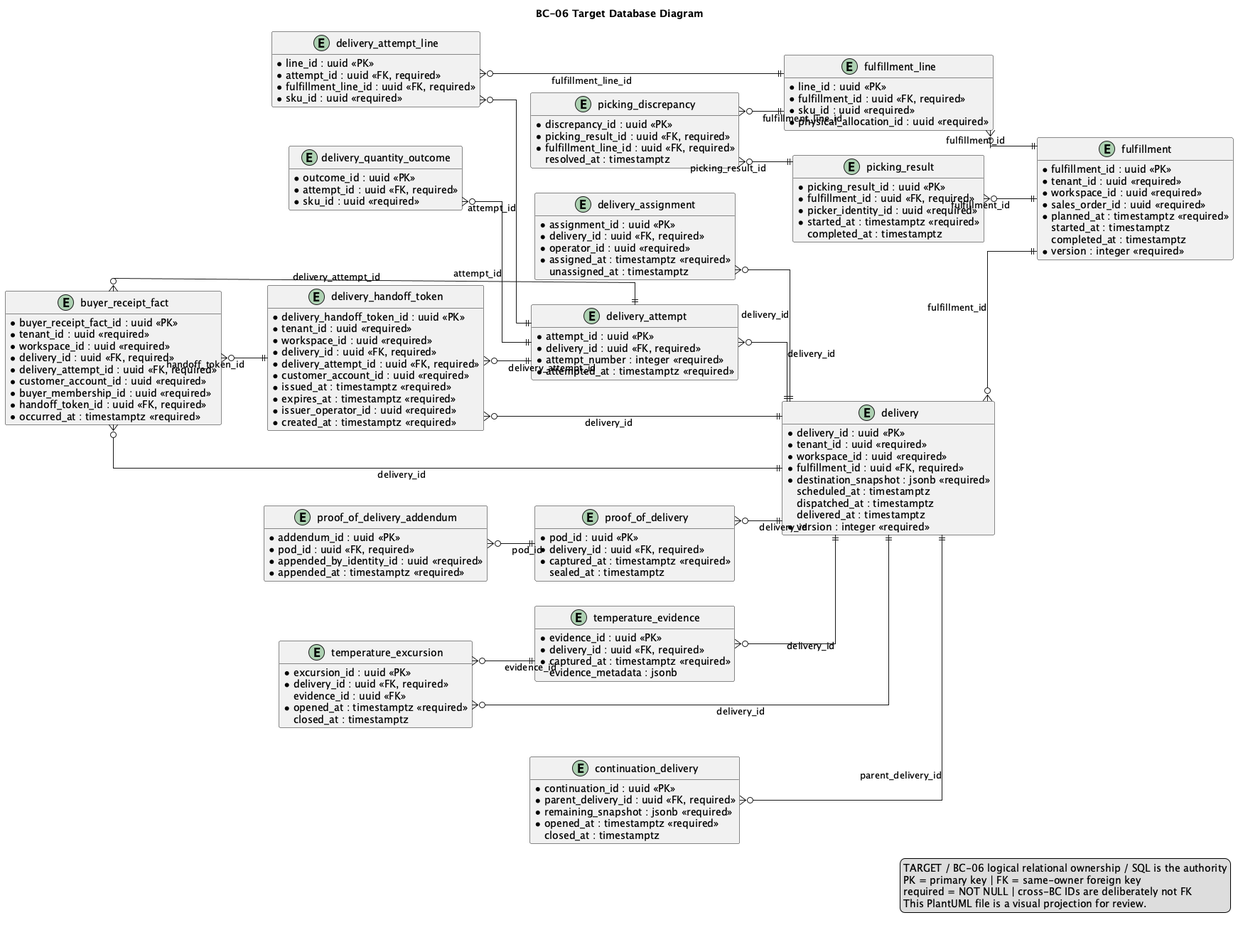
Above: 01-shared/domain/bounded-contexts/BC-06-fulfillment-delivery/data/database-diagram.png in nexa-suite/blueprint (PlantUML), before the change.
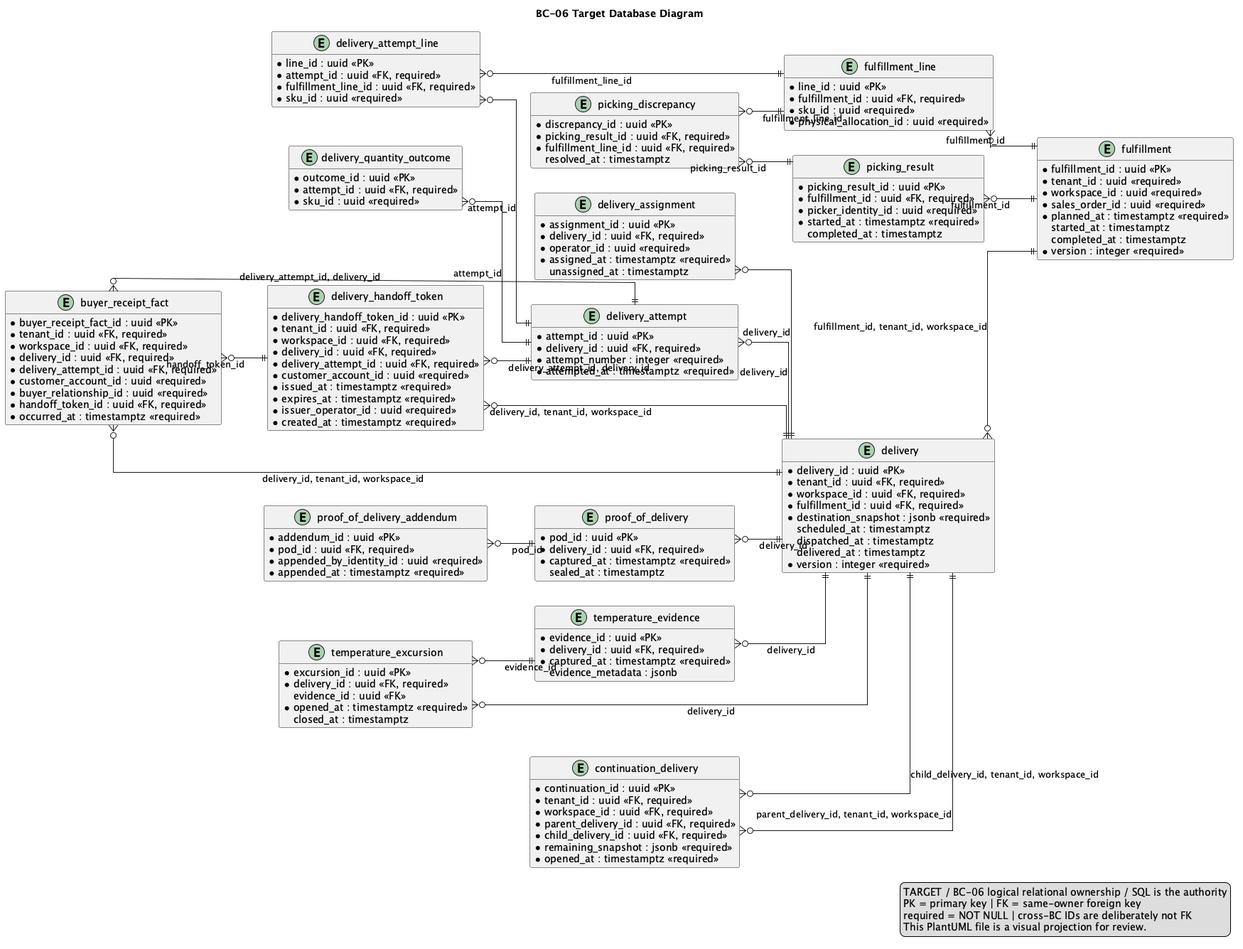
The same file after the commit.

Diff of the diagram source:
```diff
@@ -52,8 +52,8 @@
 
 entity "delivery" as t_delivery {
   * delivery_id : uuid <<PK>>
-  * tenant_id : uuid <<required>>
-  * workspace_id : uuid <<required>>
+  * tenant_id : uuid <<FK, required>>
+  * workspace_id : uuid <<FK, required>>
   * fulfillment_id : uuid <<FK, required>>
   * status : varchar(32) <<required>>
   * destination_snapshot : jsonb <<required>>
@@ -101,8 +101,8 @@
 
 entity "delivery_handoff_token" as t_delivery_handoff_token {
   * delivery_handoff_token_id : uuid <<PK>>
-  * tenant_id : uuid <<required>>
-  * workspace_id : uuid <<required>>
+  * tenant_id : uuid <<FK, required>>
+  * workspace_id : uuid <<FK, required>>
   * delivery_id : uuid <<FK, required>>
   * delivery_attempt_id : uuid <<FK, required>>
   * customer_account_id : uuid <<required>>
@@ -117,12 +117,12 @@
 
 entity "buyer_receipt_fact" as t_buyer_receipt_fact {
   * buyer_receipt_fact_id : uuid <<PK>>
-  * tenant_id : uuid <<required>>
-  * workspace_id : uuid <<required>>
+  * tenant_id : uuid <<FK, required>>
+  * workspace_id : uuid <<FK, required>>
   * delivery_id : uuid <<FK, required>>
   * delivery_attempt_id : uuid <<FK, required>>
   * customer_account_id : uuid <<required>>
-  * buyer_membership_id : uuid <<required>>
+  * buyer_relationship_id : uuid <<required>>
   * handoff_token_id : uuid <<FK, required>>
   * decision : varchar(32) <<required>>
   * driver_delivered_quantity : numeric(19,6) <<required>>
@@ -172,34 +172,37 @@
 
 entity "continuation_delivery" as t_continuation_delivery {
   * continuation_id : uuid <<PK>>
+  * tenant_id : uuid <<FK, required>>
+  * workspace_id : uuid <<FK, required>>
   * parent_delivery_id : uuid <<FK, required>>
-  * status : varchar(32) <<required>>
+  * child_delivery_id : uuid <<FK, required>>
   * remaining_snapshot : jsonb <<required>>
   * opened_at : timestamptz <<required>>
-    closed_at : timestamptz
+  * idempotency_key : varchar(160) <<required>>
 }
 
 t_fulfillment_line }o--|| t_fulfillment : fulfillment_id
 t_picking_result }o--|| t_fulfillment : fulfillment_id
 t_picking_discrepancy }o--|| t_picking_result : picking_result_id
 t_picking_discrepancy }o--|| t_fulfillment_line : fulfillment_line_id
-t_delivery }o--|| t_fulfillment : fulfillment_id
+t_delivery }o--|| t_fulfillment : fulfillment_id, tenant_id, workspace_id
 t_delivery_assignment }o--|| t_delivery : delivery_id
 t_delivery_attempt }o--|| t_delivery : delivery_id
 t_delivery_attempt_line }o--|| t_delivery_attempt : attempt_id
 t_delivery_attempt_line }o--|| t_fulfillment_line : fulfillment_line_id
 t_delivery_quantity_outcome }o--|| t_delivery_attempt : attempt_id
-t_delivery_handoff_token }o--|| t_delivery : delivery_id
-t_delivery_handoff_token }o--|| t_delivery_attempt : delivery_attempt_id
-t_buyer_receipt_fact }o--|| t_delivery : delivery_id
-t_buyer_receipt_fact }o--|| t_delivery_attempt : delivery_attempt_id
+t_delivery_handoff_token }o--|| t_delivery : delivery_id, tenant_id, workspace_id
+t_delivery_handoff_token }o--|| t_delivery_attempt : delivery_attempt_id, delivery_id
 t_buyer_receipt_fact }o--|| t_delivery_handoff_token : handoff_token_id
+t_buyer_receipt_fact }o--|| t_delivery : delivery_id, tenant_id, workspace_id
+t_buyer_receipt_fact }o--|| t_delivery_attempt : delivery_attempt_id, delivery_id
 t_proof_of_delivery }o--|| t_delivery : delivery_id
 t_proof_of_delivery_addendum }o--|| t_proof_of_delivery : pod_id
 t_temperature_evidence }o--|| t_delivery : delivery_id
 t_temperature_excursion }o--|| t_delivery : delivery_id
 t_temperature_excursion }o--|| t_temperature_evidence : evidence_id
-t_continuation_delivery }o--|| t_delivery : parent_delivery_id
+t_continuation_delivery }o--|| t_delivery : parent_delivery_id, tenant_id, workspace_id
+t_continuation_delivery }o--|| t_delivery : child_delivery_id, tenant_id, workspace_id
 
 legend right
 TARGET / BC-06 logical relational ownership / SQL is the authority
```
